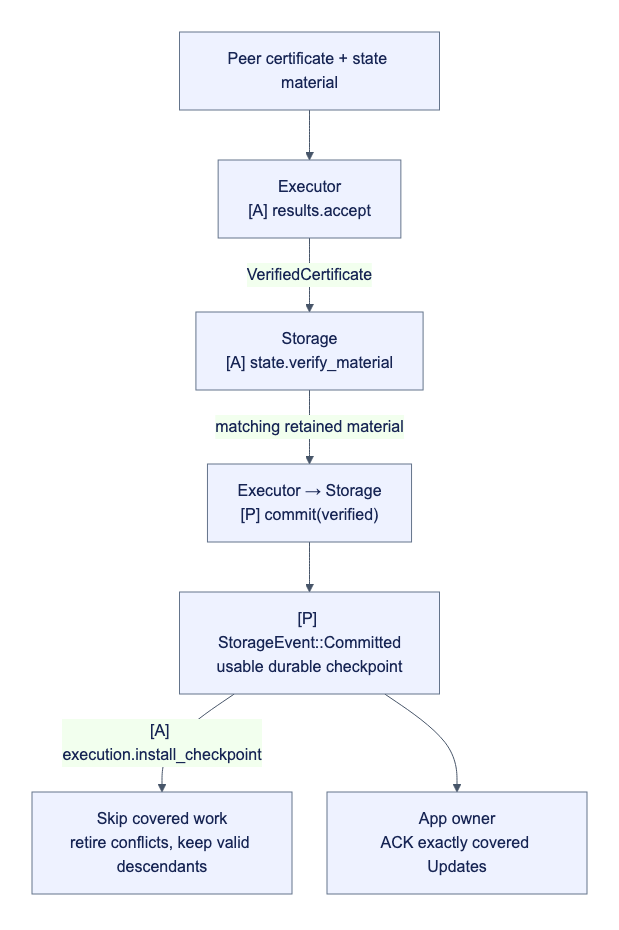
Before: docs/assets/diagrams/diagram-32.png, a diagram exported from Mermaid (djm07073/baton). Its source is kept beside it as docs/assets/diagrams/diagram-32.mmd. Its diagram source:
```mermaid
flowchart TB
    P["Peer certificate + state material"] --> V["Executor<br/>[A] results.accept"]
    V -->|"VerifiedCertificate"| M["Storage<br/>[A] state.verify_material"]
    M -->|"matching retained material"| C["Executor → Storage<br/>[P] commit(verified)"]
    C --> D["[P] StorageEvent::Committed<br/>usable durable checkpoint"]
    D -->|"[A] execution.install_checkpoint"| E["Skip covered work<br/>retire conflicts, keep valid descendants"]
    D --> A["App owner<br/>ACK exactly covered Updates"]
```
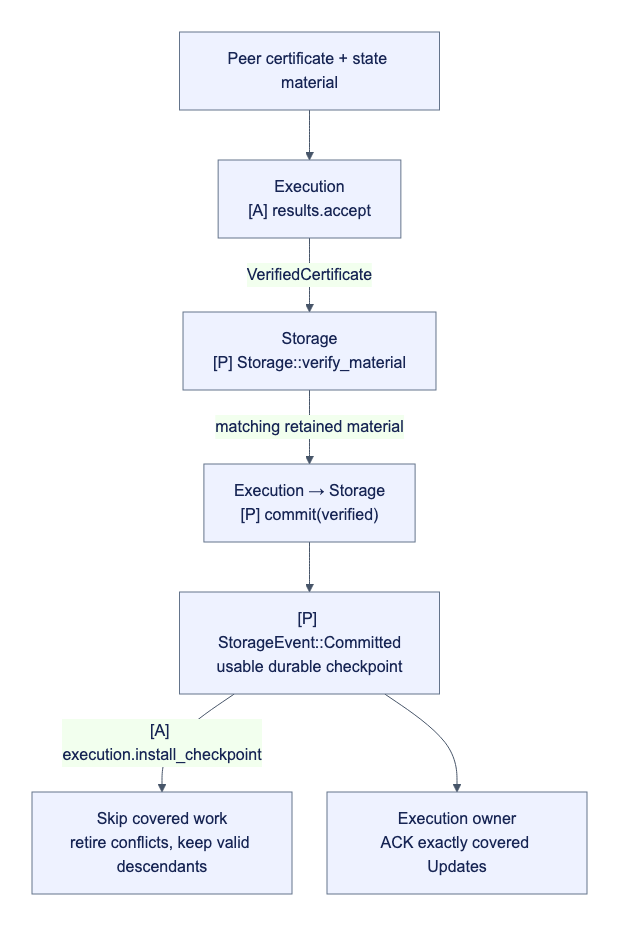
The same file after the commit.

Change to the diagram source:
```diff
@@ -1,7 +1,7 @@
 flowchart TB
-    P["Peer certificate + state material"] --> V["Executor<br/>[A] results.accept"]
-    V -->|"VerifiedCertificate"| M["Storage<br/>[A] state.verify_material"]
-    M -->|"matching retained material"| C["Executor → Storage<br/>[P] commit(verified)"]
+    P["Peer certificate + state material"] --> V["Execution<br/>[A] results.accept"]
+    V -->|"VerifiedCertificate"| M["Storage<br/>[P] Storage::verify_material"]
+    M -->|"matching retained material"| C["Execution → Storage<br/>[P] commit(verified)"]
     C --> D["[P] StorageEvent::Committed<br/>usable durable checkpoint"]
     D -->|"[A] execution.install_checkpoint"| E["Skip covered work<br/>retire conflicts, keep valid descendants"]
-    D --> A["App owner<br/>ACK exactly covered Updates"]
+    D --> A["Execution owner<br/>ACK exactly covered Updates"]
```
